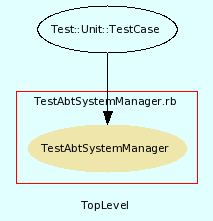
Before: src/trunk/doc/dot/f_16.png, a diagram exported from Graphviz (eschabell/abtlinux). Its source is kept beside it as src/trunk/doc/dot/f_16.dot.
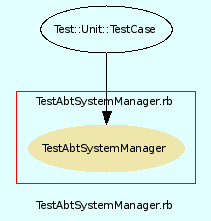
After the change.

The edit, as a diff of the source:
```diff
@@ -3,7 +3,7 @@
     bgcolor = lightcyan1
     fontname = Arial
     fontsize = 8
-    label = "TopLevel"
+    label = "TestAbtSystemManager.rb"
     node [
         fontname = Arial,
         fontsize = 8,
```
